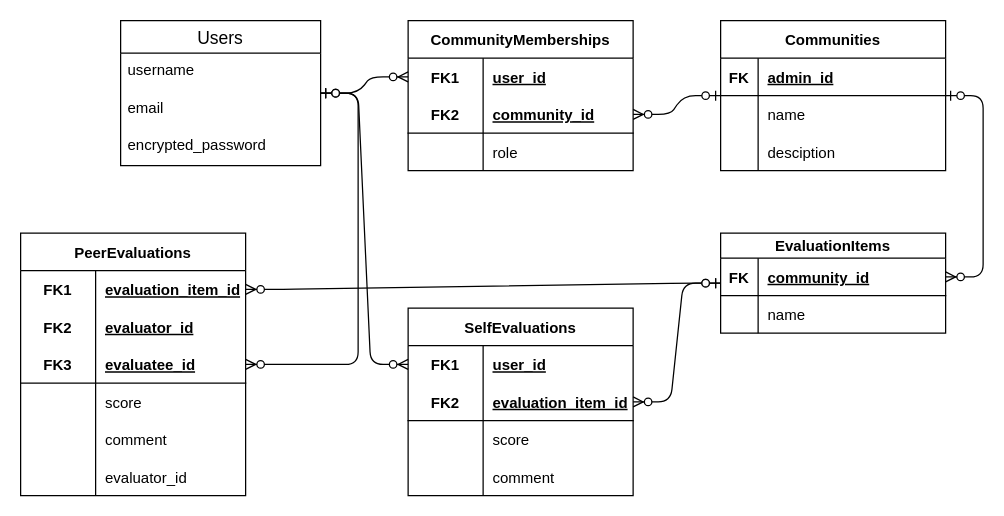
The draw.io diagram er.dio in takedataisei/reflex_score, before the edit. Source tidied: cells renumbered, new cells numbered last; positions are measured from the earlier drawing's top-left corner, leaving out a move shared by most shapes. Both pictures are drawn from the tidied source at 125%, with x=0, y=0 at pixel (20, 20).
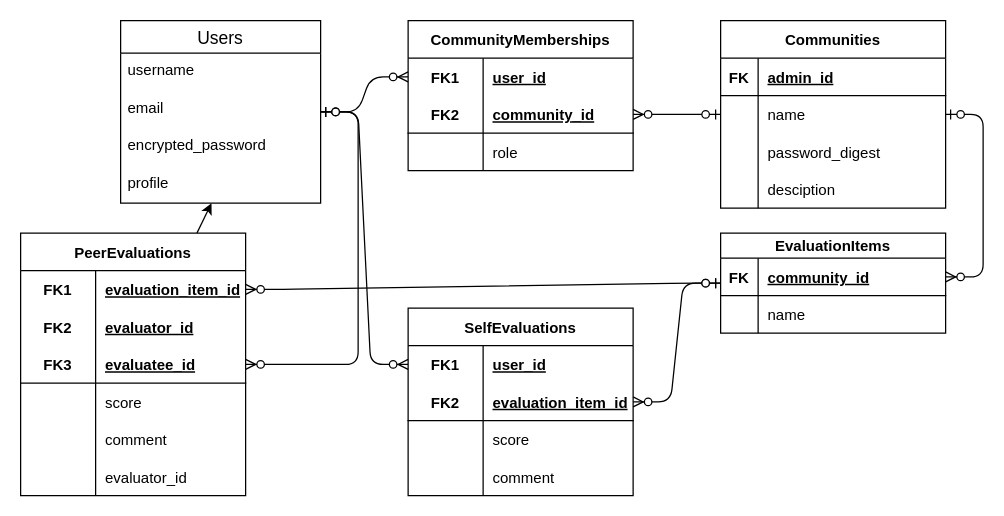
After the change.

Unchanged cells that the change refers to:
```xml
<mxCell id="36" value="PeerEvaluations" style="shape=table;startSize=30;childLayout=tableLayout;rowLines=0;fontStyle=1;align=center;" parent="1" vertex="1">
  <mxGeometry y="170" width="180" height="210" as="geometry" />
</mxCell>
```

The edit, as a diff of the source:
```diff
@@
     <mxCell id="2" value="Users" style="swimlane;fontStyle=0;horizontal=1;startSize=26;align=center;fontSize=14;" parent="1" vertex="1">
-      <mxGeometry x="80" width="160" height="116" as="geometry" />
+      <mxGeometry x="80" width="160" height="146" as="geometry" />
     </mxCell>
@@
+    <mxCell id="72" value="profile" style="text;strokeColor=none;fillColor=none;spacingLeft=4;spacingRight=4;overflow=hidden;points=[[0,0.5],[1,0.5]];portConstraint=eastwest;fontSize=12;" parent="2" vertex="1">
+      <mxGeometry y="116" width="160" height="30" as="geometry" />
+    </mxCell>
@@
+    <mxCell id="73" style="edgeStyle=none;html=1;" parent="1" edge="1" source="36" target="72">
+      <mxGeometry relative="1" as="geometry" />
+    </mxCell>
@@
     <mxCell id="62" value="Communities" style="shape=table;startSize=30;childLayout=tableLayout;rowLines=0;fontStyle=1;align=center;" parent="1" vertex="1">
-      <mxGeometry x="560" width="180" height="120" as="geometry" />
+      <mxGeometry x="560" width="180" height="150" as="geometry" />
     </mxCell>
@@
+    <mxCell id="74" style="shape=tableRow;horizontal=0;startSize=0;swimlaneHead=0;swimlaneBody=0;fillColor=none;top=0;left=0;right=0;bottom=0;" parent="62" vertex="1">
+      <mxGeometry y="90" width="180" height="30" as="geometry" />
+    </mxCell>
+    <mxCell id="75" style="shape=partialRectangle;fillColor=none;top=0;left=0;bottom=0;right=0;overflow=hidden;" parent="74" vertex="1">
+      <mxGeometry width="30" height="30" as="geometry" />
+    </mxCell>
+    <mxCell id="76" value="password_digest" style="shape=partialRectangle;fillColor=none;top=0;left=0;bottom=0;right=0;align=left;spacingLeft=6;overflow=hidden;" parent="74" vertex="1">
+      <mxGeometry x="30" width="150" height="30" as="geometry" />
+    </mxCell>
     <mxCell id="69" style="shape=tableRow;horizontal=0;startSize=0;swimlaneHead=0;swimlaneBody=0;fillColor=none;top=0;left=0;right=0;bottom=0;" parent="62" vertex="1">
-      <mxGeometry y="90" width="180" height="30" as="geometry" />
+      <mxGeometry y="120" width="180" height="30" as="geometry" />
     </mxCell>
```
